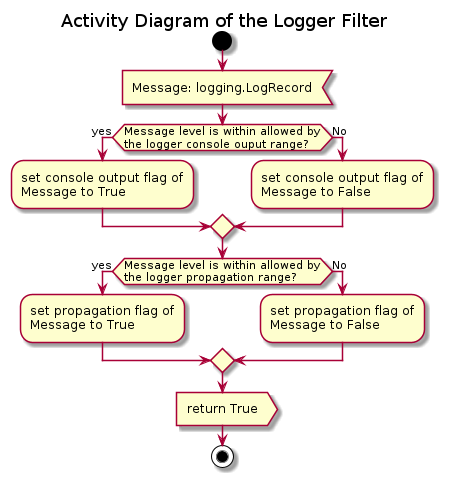
The PlantUML diagram Documentation/UML/logging/logger_filter.png in FooBarShebang/introspection_lib, before a commit. Source of this version:
```plantuml
@startuml logger_filter

title Activity Diagram of the Logger Filter

start

:Message: logging.LogRecord<

if (Message level is within allowed by\nthe logger console ouput range?) then (yes)
    :set console output flag of\nMessage to True;
else (No)
    :set console output flag of\nMessage to False;
endif

if (Message level is within allowed by\nthe logger propagation range?) then (yes)
    :set propagation flag of\nMessage to True;
else (No)
    :set propagation flag of\nMessage to False;
endif

:return True>

stop

@enduml
```
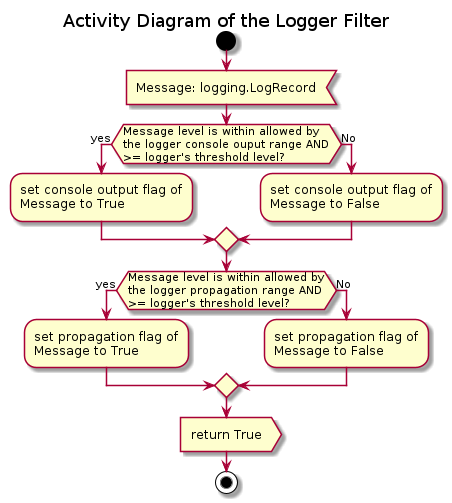
After the change.

Commit message:
bug fix - root  logger threshold level

Change to the diagram source:
```diff
@@ -6,13 +6,13 @@
 
 :Message: logging.LogRecord<
 
-if (Message level is within allowed by\nthe logger console ouput range?) then (yes)
+if (Message level is within allowed by\nthe logger console ouput range AND\n>= logger's threshold level?) then (yes)
     :set console output flag of\nMessage to True;
 else (No)
     :set console output flag of\nMessage to False;
 endif
 
-if (Message level is within allowed by\nthe logger propagation range?) then (yes)
+if (Message level is within allowed by\nthe logger propagation range AND\n>= logger's threshold level?) then (yes)
     :set propagation flag of\nMessage to True;
 else (No)
     :set propagation flag of\nMessage to False;
```
